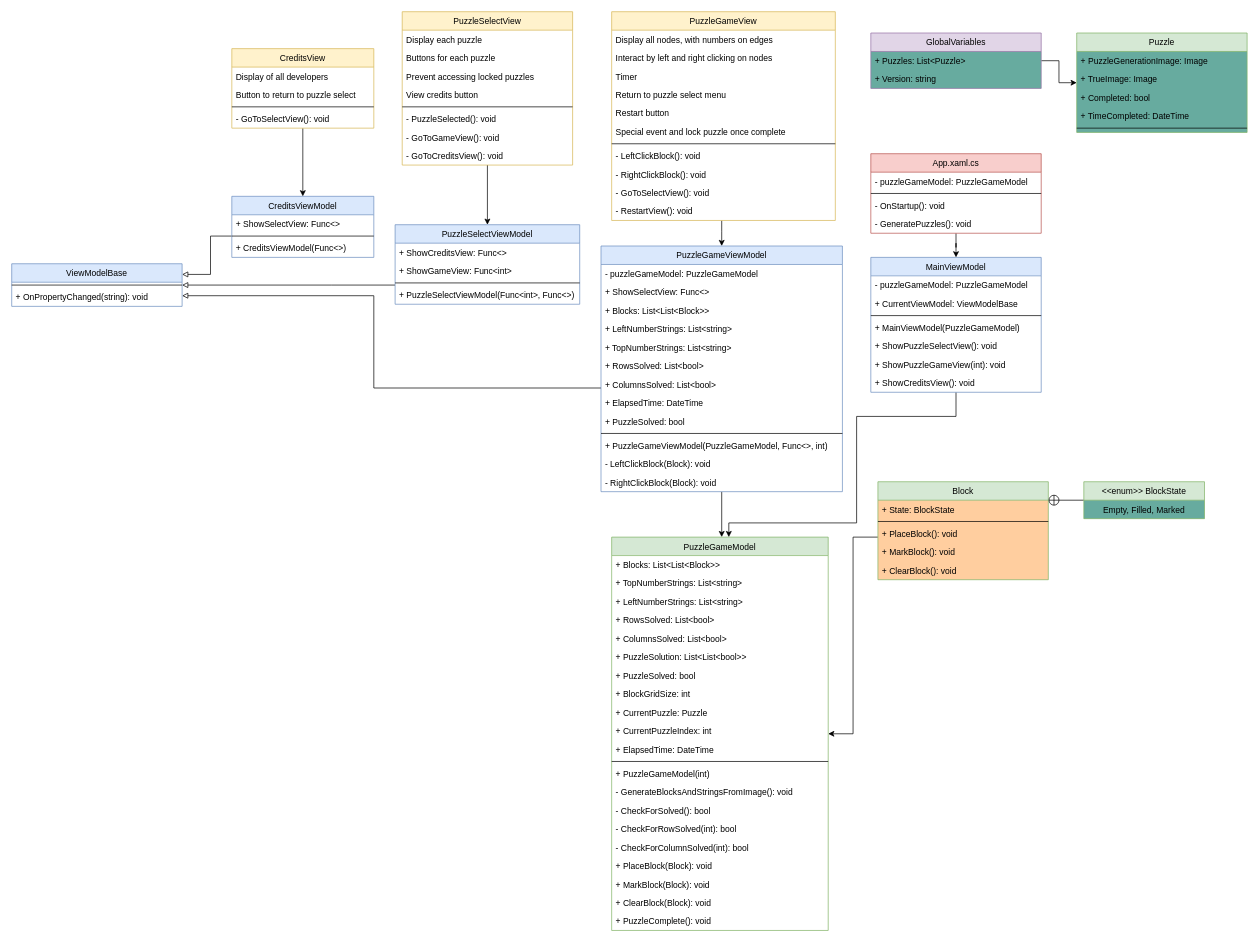
This is Source/Grombcross UML.drawio from BagelMaster5000/Grombcross, a draw.io file, before an edit. Source tidied: cells renumbered, new cells numbered last; positions are measured from the earlier drawing's top-left corner, leaving out a move shared by most shapes. Both pictures are drawn from the tidied source at 71%, with x=0, y=0 at pixel (11, 11).
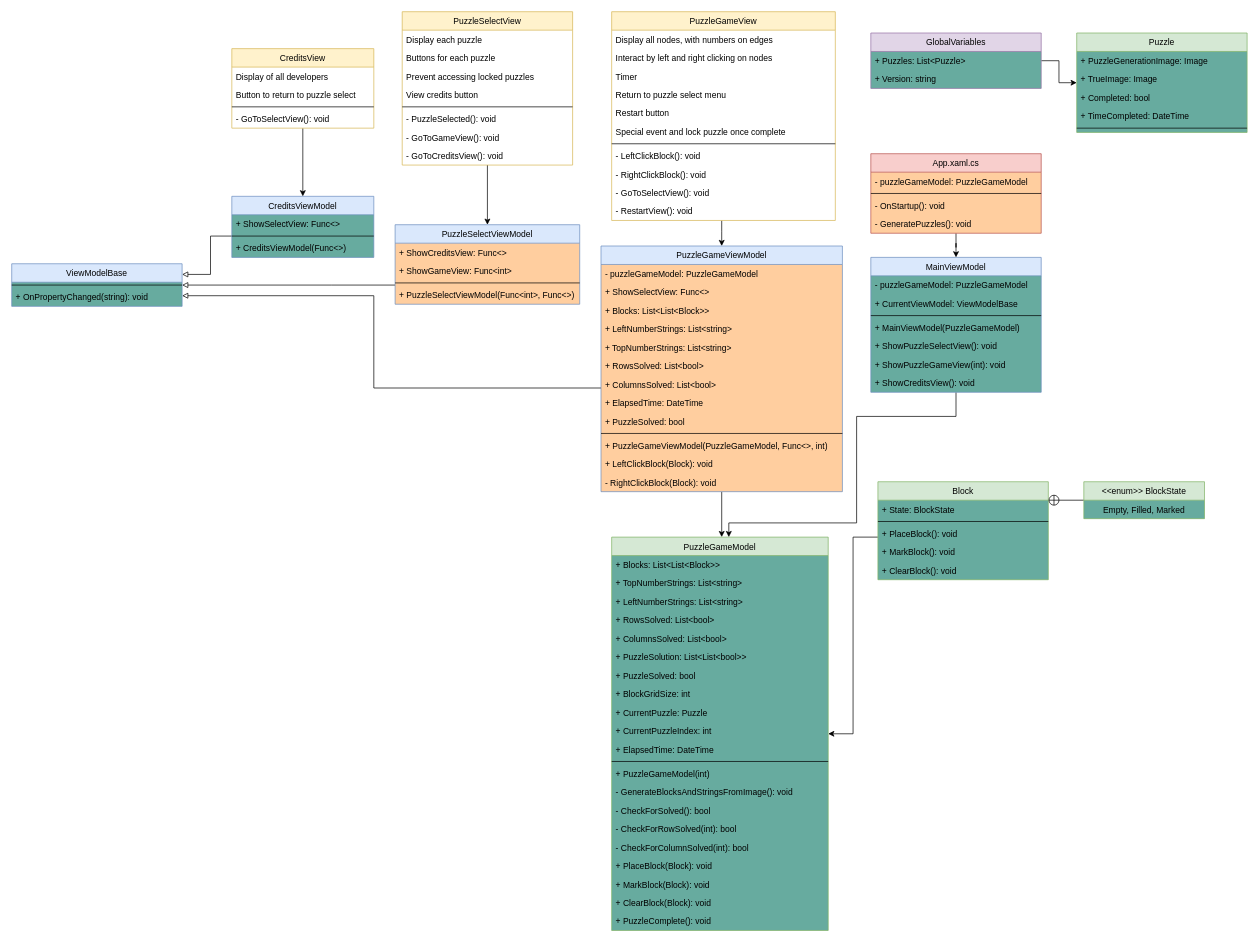
The same diagram, later.

What changed in the source:
```diff
@@
-    <mxCell id="13" value="CreditsViewModel" style="swimlane;fontStyle=0;align=center;verticalAlign=top;horizontal=1;startSize=26;rounded=0;shadow=0;strokeWidth=1;fillColor=#dae8fc;strokeColor=#6c8ebf;swimlaneFillColor=#FFFFFF;fontColor=#000000;" parent="1" vertex="1">
+    <mxCell id="13" value="CreditsViewModel" style="swimlane;fontStyle=0;align=center;verticalAlign=top;horizontal=1;startSize=26;rounded=0;shadow=0;strokeWidth=1;fillColor=#dae8fc;strokeColor=#6c8ebf;swimlaneFillColor=#67AB9F;fontColor=#000000;" parent="1" vertex="1">
       <mxGeometry x="310" y="260" width="200" height="86" as="geometry" />
     </mxCell>
@@
-    <mxCell id="37" value="PuzzleSelectViewModel" style="swimlane;fontStyle=0;align=center;verticalAlign=top;horizontal=1;startSize=26;rounded=0;shadow=0;strokeWidth=1;fillColor=#dae8fc;strokeColor=#6c8ebf;swimlaneFillColor=#FFFFFF;fontColor=#000000;" parent="1" vertex="1">
+    <mxCell id="37" value="PuzzleSelectViewModel" style="swimlane;fontStyle=0;align=center;verticalAlign=top;horizontal=1;startSize=26;rounded=0;shadow=0;strokeWidth=1;fillColor=#dae8fc;strokeColor=#6c8ebf;swimlaneFillColor=#FFCE9F;fontColor=#000000;" parent="1" vertex="1">
       <mxGeometry x="540" y="300" width="260" height="112" as="geometry" />
     </mxCell>
@@
-    <mxCell id="44" value="PuzzleGameViewModel" style="swimlane;fontStyle=0;align=center;verticalAlign=top;horizontal=1;startSize=26;rounded=0;shadow=0;strokeWidth=1;fillColor=#dae8fc;strokeColor=#6c8ebf;swimlaneFillColor=#FFFFFF;fontColor=#000000;" parent="1" vertex="1">
+    <mxCell id="44" value="PuzzleGameViewModel" style="swimlane;fontStyle=0;align=center;verticalAlign=top;horizontal=1;startSize=26;rounded=0;shadow=0;strokeWidth=1;fillColor=#dae8fc;strokeColor=#6c8ebf;swimlaneFillColor=#FFCE9F;fontColor=#000000;" parent="1" vertex="1">
       <mxGeometry x="830" y="330" width="340" height="346" as="geometry" />
     </mxCell>
@@
-    <mxCell id="56" value="- LeftClickBlock(Block): void" style="text;align=left;verticalAlign=top;spacingLeft=4;spacingRight=4;overflow=hidden;rounded=0;shadow=0;html=0;fontColor=#000000;" parent="44" vertex="1">
+    <mxCell id="56" value="+ LeftClickBlock(Block): void" style="text;align=left;verticalAlign=top;spacingLeft=4;spacingRight=4;overflow=hidden;rounded=0;shadow=0;html=0;fontColor=#000000;" parent="44" vertex="1">
       <mxGeometry y="294" width="340" height="26" as="geometry" />
     </mxCell>
@@
-    <mxCell id="58" value="PuzzleGameModel" style="swimlane;fontStyle=0;align=center;verticalAlign=top;horizontal=1;startSize=26;rounded=0;shadow=0;strokeWidth=1;fillColor=#d5e8d4;strokeColor=#82b366;swimlaneFillColor=#FFFFFF;fontColor=#000000;" parent="1" vertex="1">
+    <mxCell id="58" value="PuzzleGameModel" style="swimlane;fontStyle=0;align=center;verticalAlign=top;horizontal=1;startSize=26;rounded=0;shadow=0;strokeWidth=1;fillColor=#d5e8d4;strokeColor=#82b366;swimlaneFillColor=#67AB9F;fontColor=#000000;" parent="1" vertex="1">
       <mxGeometry x="845" y="740" width="305" height="554" as="geometry" />
     </mxCell>
@@
-    <mxCell id="81" value="Block" style="swimlane;fontStyle=0;align=center;verticalAlign=top;horizontal=1;startSize=26;rounded=0;shadow=0;strokeWidth=1;fillColor=#d5e8d4;strokeColor=#82b366;swimlaneFillColor=#FFCE9F;fontColor=#000000;" parent="1" vertex="1">
+    <mxCell id="81" value="Block" style="swimlane;fontStyle=0;align=center;verticalAlign=top;horizontal=1;startSize=26;rounded=0;shadow=0;strokeWidth=1;fillColor=#d5e8d4;strokeColor=#82b366;swimlaneFillColor=#67AB9F;fontColor=#000000;" parent="1" vertex="1">
       <mxGeometry x="1220" y="662" width="240" height="138" as="geometry" />
     </mxCell>
@@
-    <mxCell id="91" value="MainViewModel" style="swimlane;fontStyle=0;align=center;verticalAlign=top;horizontal=1;startSize=26;rounded=0;shadow=0;strokeWidth=1;fillColor=#dae8fc;strokeColor=#6c8ebf;swimlaneFillColor=#FFFFFF;fontColor=#000000;" parent="1" vertex="1">
+    <mxCell id="91" value="MainViewModel" style="swimlane;fontStyle=0;align=center;verticalAlign=top;horizontal=1;startSize=26;rounded=0;shadow=0;strokeWidth=1;fillColor=#dae8fc;strokeColor=#6c8ebf;swimlaneFillColor=#67AB9F;fontColor=#000000;" parent="1" vertex="1">
       <mxGeometry x="1210" y="346" width="240" height="190" as="geometry" />
     </mxCell>
@@
-    <mxCell id="109" value="ViewModelBase" style="swimlane;fontStyle=0;align=center;verticalAlign=top;horizontal=1;startSize=26;rounded=0;shadow=0;strokeWidth=1;fillColor=#dae8fc;strokeColor=#6c8ebf;swimlaneFillColor=#FFFFFF;fontColor=#000000;" parent="1" vertex="1">
+    <mxCell id="109" value="ViewModelBase" style="swimlane;fontStyle=0;align=center;verticalAlign=top;horizontal=1;startSize=26;rounded=0;shadow=0;strokeWidth=1;fillColor=#dae8fc;strokeColor=#6c8ebf;swimlaneFillColor=#67AB9F;fontColor=#000000;" parent="1" vertex="1">
       <mxGeometry y="355" width="240" height="60" as="geometry" />
     </mxCell>
@@
-    <mxCell id="113" value="App.xaml.cs" style="swimlane;fontStyle=0;align=center;verticalAlign=top;horizontal=1;startSize=26;rounded=0;shadow=0;strokeWidth=1;fillColor=#f8cecc;strokeColor=#b85450;swimlaneFillColor=#FFFFFF;fontColor=#000000;" parent="1" vertex="1">
+    <mxCell id="113" value="App.xaml.cs" style="swimlane;fontStyle=0;align=center;verticalAlign=top;horizontal=1;startSize=26;rounded=0;shadow=0;strokeWidth=1;fillColor=#f8cecc;strokeColor=#b85450;swimlaneFillColor=#FFCE9F;fontColor=#000000;" parent="1" vertex="1">
       <mxGeometry x="1210" y="200" width="240" height="112" as="geometry" />
     </mxCell>
```
